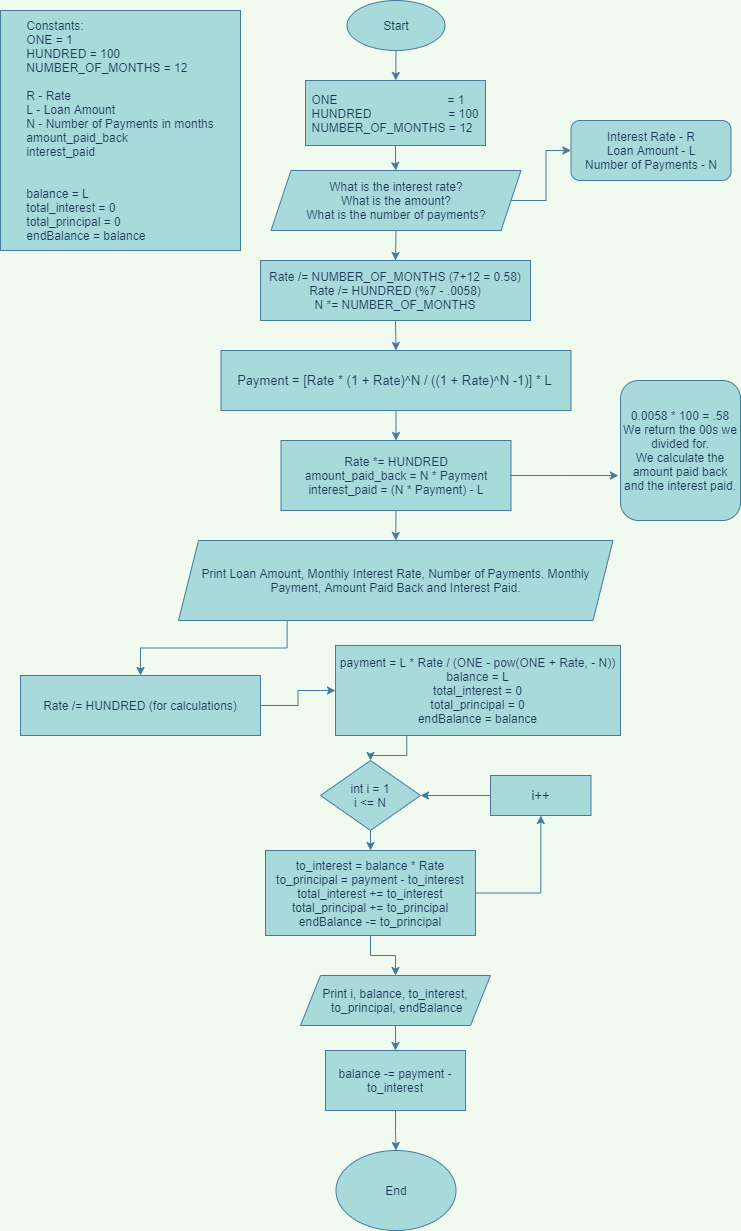
The draw.io diagram HW2.png in netteNz/CTEC-230, before a commit. Source tidied: cells renumbered, new cells last; positions are measured from the earlier drawing's top-left corner, leaving out a move shared by most shapes.
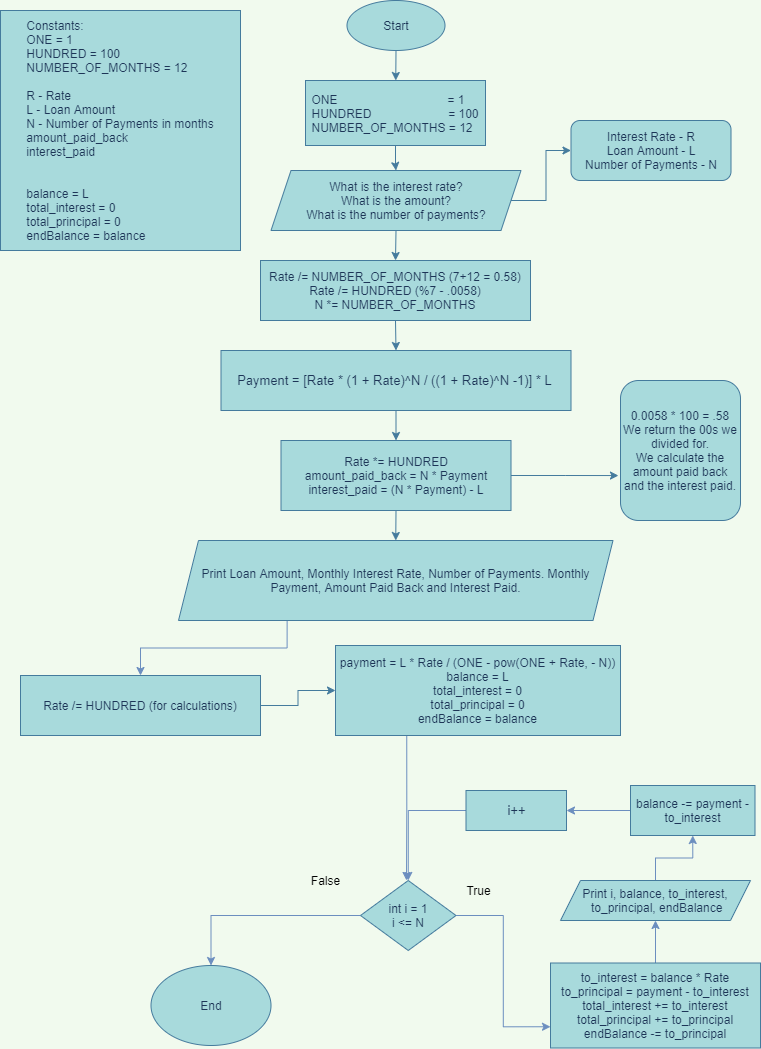
After the commit.

Change to the diagram source:
```diff
@@ -47,7 +47,7 @@
     <mxCell id="16" value="0.0058 * 100 = .58&lt;br&gt;We return the 00s we divided for.&lt;br&gt;We calculate the amount paid back and the interest paid." style="rounded=1;whiteSpace=wrap;html=1;fillColor=#A8DADC;strokeColor=#457B9D;fontColor=#1D3557;" parent="1" vertex="1">
       <mxGeometry x="620" y="380" width="120" height="140" as="geometry" />
     </mxCell>
-    <mxCell id="17" style="edgeStyle=orthogonalEdgeStyle;rounded=0;jettySize=auto;html=1;exitX=0.25;exitY=1;exitDx=0;exitDy=0;entryX=0.5;entryY=0;entryDx=0;entryDy=0;labelBackgroundColor=#F1FAEE;strokeColor=#457B9D;fontColor=#1D3557;" parent="1" edge="1" source="18" target="21">
+    <mxCell id="17" style="edgeStyle=orthogonalEdgeStyle;rounded=0;jettySize=auto;html=1;exitX=0.25;exitY=1;exitDx=0;exitDy=0;entryX=0.5;entryY=0;entryDx=0;entryDy=0;labelBackgroundColor=#F1FAEE;strokeColor=#6c8ebf;fontColor=#1D3557;fillColor=#dae8fc;" parent="1" edge="1" source="18" target="21">
       <mxGeometry relative="1" as="geometry" />
     </mxCell>
     <mxCell id="18" value="&lt;div&gt;&lt;span&gt;Print Loan Amount, Monthly Interest Rate, Number of Payments. Monthly Payment, Amount Paid Back and Interest Paid.&lt;/span&gt;&lt;/div&gt;&lt;div style=&quot;text-align: justify&quot;&gt;&lt;/div&gt;" style="shape=parallelogram;perimeter=parallelogramPerimeter;whiteSpace=wrap;html=1;fixedSize=1;fillColor=#A8DADC;strokeColor=#457B9D;fontColor=#1D3557;" parent="1" vertex="1">
@@ -62,53 +62,58 @@
     <mxCell id="21" value="Rate /= HUNDRED (for calculations)" style="rounded=0;whiteSpace=wrap;html=1;fillColor=#A8DADC;strokeColor=#457B9D;fontColor=#1D3557;" parent="1" vertex="1">
       <mxGeometry x="20" y="675" width="240" height="60" as="geometry" />
     </mxCell>
-    <mxCell id="22" style="edgeStyle=orthogonalEdgeStyle;rounded=0;jettySize=auto;html=1;exitX=0.25;exitY=1;exitDx=0;exitDy=0;entryX=0.5;entryY=0;entryDx=0;entryDy=0;labelBackgroundColor=#F1FAEE;strokeColor=#457B9D;fontColor=#1D3557;" parent="1" edge="1" source="23" target="25">
-      <mxGeometry relative="1" as="geometry" />
-    </mxCell>
+    <mxCell id="38" style="edgeStyle=orthogonalEdgeStyle;rounded=0;jettySize=auto;html=1;exitX=0.25;exitY=1;exitDx=0;exitDy=0;fillColor=#dae8fc;strokeColor=#6c8ebf;" parent="1" edge="1" source="23">
+      <mxGeometry relative="1" as="geometry">
+        <mxPoint x="406" y="880" as="targetPoint" />
+      </mxGeometry>
+    </mxCell>
     <mxCell id="23" value="payment = L * Rate / (ONE - pow(ONE + Rate, - N))&lt;br&gt;balance = L&lt;br&gt;total_interest = 0&lt;br&gt;total_principal = 0&lt;br&gt;endBalance = balance" style="rounded=0;whiteSpace=wrap;html=1;fillColor=#A8DADC;strokeColor=#457B9D;fontColor=#1D3557;" parent="1" vertex="1">
       <mxGeometry x="335" y="645" width="285" height="90" as="geometry" />
     </mxCell>
+    <mxCell id="39" style="edgeStyle=orthogonalEdgeStyle;rounded=0;jettySize=auto;html=1;entryX=0.5;entryY=0;entryDx=0;entryDy=0;fillColor=#dae8fc;strokeColor=#6c8ebf;" parent="1" edge="1" source="25" target="36">
+      <mxGeometry relative="1" as="geometry" />
+    </mxCell>
-    <mxCell id="24" style="edgeStyle=orthogonalEdgeStyle;rounded=0;jettySize=auto;html=1;exitX=0.5;exitY=1;exitDx=0;exitDy=0;entryX=0.5;entryY=0;entryDx=0;entryDy=0;labelBackgroundColor=#F1FAEE;strokeColor=#457B9D;fontColor=#1D3557;" parent="1" edge="1" source="25" target="31">
+    <mxCell id="24" style="edgeStyle=orthogonalEdgeStyle;rounded=0;jettySize=auto;html=1;exitX=1;exitY=0.5;exitDx=0;exitDy=0;entryX=0;entryY=0.75;entryDx=0;entryDy=0;fillColor=#dae8fc;strokeColor=#6c8ebf;" parent="1" edge="1" source="25" target="31">
       <mxGeometry relative="1" as="geometry" />
     </mxCell>
     <mxCell id="25" value="int i = 1&lt;br&gt;i &amp;lt;= N&lt;br&gt;" style="rhombus;whiteSpace=wrap;html=1;fillColor=#A8DADC;strokeColor=#457B9D;fontColor=#1D3557;" parent="1" vertex="1">
-      <mxGeometry x="320" y="760" width="100" height="70" as="geometry" />
+      <mxGeometry x="360" y="880" width="95.5" height="70" as="geometry" />
     </mxCell>
-    <mxCell id="26" style="edgeStyle=orthogonalEdgeStyle;rounded=0;orthogonalLoop=1;jettySize=auto;html=1;exitX=0.5;exitY=1;exitDx=0;exitDy=0;labelBackgroundColor=#F1FAEE;strokeColor=#457B9D;fontColor=#1D3557;" parent="1" edge="1" source="25" target="25">
-      <mxGeometry relative="1" as="geometry" />
-    </mxCell>
-    <mxCell id="27" style="edgeStyle=orthogonalEdgeStyle;rounded=0;jettySize=auto;html=1;exitX=0.5;exitY=1;exitDx=0;exitDy=0;entryX=0.5;entryY=0;entryDx=0;entryDy=0;labelBackgroundColor=#F1FAEE;strokeColor=#457B9D;fontColor=#1D3557;" parent="1" edge="1" source="28" target="35">
+    <mxCell id="27" style="edgeStyle=orthogonalEdgeStyle;rounded=0;jettySize=auto;html=1;exitX=0.5;exitY=0;exitDx=0;exitDy=0;entryX=0.5;entryY=1;entryDx=0;entryDy=0;fillColor=#dae8fc;strokeColor=#6c8ebf;" parent="1" edge="1" source="28" target="35">
       <mxGeometry relative="1" as="geometry" />
     </mxCell>
     <mxCell id="28" value="Print i, balance, to_interest,&lt;br&gt;&amp;nbsp;to_principal, endBalance" style="shape=parallelogram;perimeter=parallelogramPerimeter;whiteSpace=wrap;html=1;fixedSize=1;fillColor=#A8DADC;strokeColor=#457B9D;fontColor=#1D3557;" parent="1" vertex="1">
-      <mxGeometry x="300" y="975" width="190" height="50" as="geometry" />
+      <mxGeometry x="560" y="880" width="190" height="40" as="geometry" />
     </mxCell>
-    <mxCell id="29" style="edgeStyle=orthogonalEdgeStyle;rounded=0;jettySize=auto;html=1;exitX=1;exitY=0.5;exitDx=0;exitDy=0;labelBackgroundColor=#F1FAEE;strokeColor=#457B9D;fontColor=#1D3557;" parent="1" edge="1" source="31" target="33">
-      <mxGeometry relative="1" as="geometry" />
-    </mxCell>
-    <mxCell id="30" style="edgeStyle=orthogonalEdgeStyle;rounded=0;jettySize=auto;html=1;exitX=0.5;exitY=1;exitDx=0;exitDy=0;entryX=0.5;entryY=0;entryDx=0;entryDy=0;labelBackgroundColor=#F1FAEE;strokeColor=#457B9D;fontColor=#1D3557;" parent="1" edge="1" source="31" target="28">
+    <mxCell id="30" style="edgeStyle=orthogonalEdgeStyle;rounded=0;jettySize=auto;html=1;exitX=0.5;exitY=0;exitDx=0;exitDy=0;entryX=0.5;entryY=1;entryDx=0;entryDy=0;fillColor=#dae8fc;strokeColor=#6c8ebf;" parent="1" edge="1" source="31" target="28">
       <mxGeometry relative="1" as="geometry" />
     </mxCell>
     <mxCell id="31" value="to_interest = balance * Rate&lt;br&gt;to_principal = payment - to_interest&lt;br&gt;total_interest += to_interest&lt;br&gt;total_principal += to_principal&lt;br&gt;endBalance -= to_principal" style="rounded=0;whiteSpace=wrap;html=1;fillColor=#A8DADC;strokeColor=#457B9D;fontColor=#1D3557;" parent="1" vertex="1">
-      <mxGeometry x="265" y="850" width="210" height="85" as="geometry" />
+      <mxGeometry x="550" y="962.5" width="210" height="85" as="geometry" />
     </mxCell>
-    <mxCell id="32" style="edgeStyle=orthogonalEdgeStyle;rounded=0;jettySize=auto;html=1;exitX=0;exitY=0.5;exitDx=0;exitDy=0;entryX=1;entryY=0.5;entryDx=0;entryDy=0;labelBackgroundColor=#F1FAEE;strokeColor=#457B9D;fontColor=#1D3557;" parent="1" edge="1" source="33" target="25">
+    <mxCell id="32" style="edgeStyle=orthogonalEdgeStyle;rounded=0;jettySize=auto;html=1;exitX=0;exitY=0.5;exitDx=0;exitDy=0;entryX=0.5;entryY=0;entryDx=0;entryDy=0;fillColor=#dae8fc;strokeColor=#6c8ebf;" parent="1" edge="1" source="33" target="25">
       <mxGeometry relative="1" as="geometry" />
     </mxCell>
     <mxCell id="33" value="&lt;font style=&quot;font-size: 13px&quot;&gt;i++&lt;/font&gt;" style="whiteSpace=wrap;html=1;rounded=0;fillColor=#A8DADC;strokeColor=#457B9D;fontColor=#1D3557;" parent="1" vertex="1">
-      <mxGeometry x="490" y="775" width="100.5" height="40" as="geometry" />
+      <mxGeometry x="465.5" y="790" width="100.5" height="40" as="geometry" />
     </mxCell>
-    <mxCell id="34" style="edgeStyle=orthogonalEdgeStyle;rounded=0;jettySize=auto;html=1;exitX=0.5;exitY=1;exitDx=0;exitDy=0;entryX=0.5;entryY=0;entryDx=0;entryDy=0;labelBackgroundColor=#F1FAEE;strokeColor=#457B9D;fontColor=#1D3557;" parent="1" edge="1" source="35" target="36">
-      <mxGeometry relative="1" as="geometry" />
-    </mxCell>
+    <mxCell id="40" style="edgeStyle=orthogonalEdgeStyle;rounded=0;jettySize=auto;html=1;entryX=1;entryY=0.5;entryDx=0;entryDy=0;fillColor=#dae8fc;strokeColor=#6c8ebf;" parent="1" edge="1" source="35" target="33">
+      <mxGeometry relative="1" as="geometry" />
+    </mxCell>
     <mxCell id="35" value="balance -= payment - to_interest" style="rounded=0;whiteSpace=wrap;html=1;fillColor=#A8DADC;strokeColor=#457B9D;fontColor=#1D3557;" parent="1" vertex="1">
-      <mxGeometry x="325" y="1050" width="140" height="60" as="geometry" />
+      <mxGeometry x="630" y="785" width="124.5" height="50" as="geometry" />
     </mxCell>
     <mxCell id="36" value="End" style="ellipse;whiteSpace=wrap;html=1;fillColor=#A8DADC;strokeColor=#457B9D;fontColor=#1D3557;" parent="1" vertex="1">
-      <mxGeometry x="335.5" y="1150" width="120" height="80" as="geometry" />
+      <mxGeometry x="150.5" y="965" width="120" height="80" as="geometry" />
     </mxCell>
     <mxCell id="37" value="&lt;div style=&quot;text-align: justify&quot;&gt;&lt;span style=&quot;text-align: left ; line-height: 100%&quot;&gt;Constants:&lt;/span&gt;&lt;/div&gt;&lt;span style=&quot;text-align: left&quot;&gt;&lt;div style=&quot;text-align: justify&quot;&gt;&lt;span&gt;ONE = 1&lt;/span&gt;&lt;/div&gt;&lt;/span&gt;&lt;span style=&quot;text-align: left&quot;&gt;&lt;div style=&quot;text-align: justify&quot;&gt;&lt;span&gt;HUNDRED = 100&lt;/span&gt;&lt;/div&gt;&lt;/span&gt;&lt;span style=&quot;text-align: left&quot;&gt;&lt;div style=&quot;text-align: justify&quot;&gt;&lt;span&gt;NUMBER_OF_MONTHS = 12&lt;/span&gt;&lt;/div&gt;&lt;div style=&quot;text-align: justify&quot;&gt;&lt;span&gt;&lt;br&gt;&lt;/span&gt;&lt;/div&gt;&lt;div style=&quot;text-align: justify&quot;&gt;&lt;div&gt;R - Rate&lt;/div&gt;&lt;div&gt;L - Loan Amount&lt;/div&gt;&lt;div&gt;N - Number of Payments in months&lt;/div&gt;&lt;div&gt;amount_paid_back&lt;/div&gt;&lt;div&gt;interest_paid&lt;/div&gt;&lt;div&gt;&lt;br&gt;&lt;/div&gt;&lt;div&gt;&lt;br&gt;&lt;/div&gt;&lt;div&gt;&lt;span style=&quot;text-align: center&quot;&gt;balance = L&lt;/span&gt;&lt;br style=&quot;text-align: center&quot;&gt;&lt;span style=&quot;text-align: center&quot;&gt;total_interest = 0&lt;/span&gt;&lt;br style=&quot;text-align: center&quot;&gt;&lt;span style=&quot;text-align: center&quot;&gt;total_principal = 0&lt;/span&gt;&lt;br style=&quot;text-align: center&quot;&gt;&lt;span style=&quot;text-align: center&quot;&gt;endBalance = balance&lt;/span&gt;&lt;/div&gt;&lt;/div&gt;&lt;/span&gt;" style="whiteSpace=wrap;html=1;fillColor=#A8DADC;strokeColor=#457B9D;fontColor=#1D3557;" parent="1" vertex="1">
       <mxGeometry y="10" width="240" height="240" as="geometry" />
     </mxCell>
+    <mxCell id="41" value="True" style="text;html=1;align=center;verticalAlign=middle;" parent="1" vertex="1">
+      <mxGeometry x="457.5" y="880" width="40" height="20" as="geometry" />
+    </mxCell>
+    <mxCell id="42" value="False" style="text;html=1;align=center;verticalAlign=middle;" parent="1" vertex="1">
+      <mxGeometry x="305" y="870" width="40" height="20" as="geometry" />
+    </mxCell>
   </root>
 </mxGraphModel>
```
